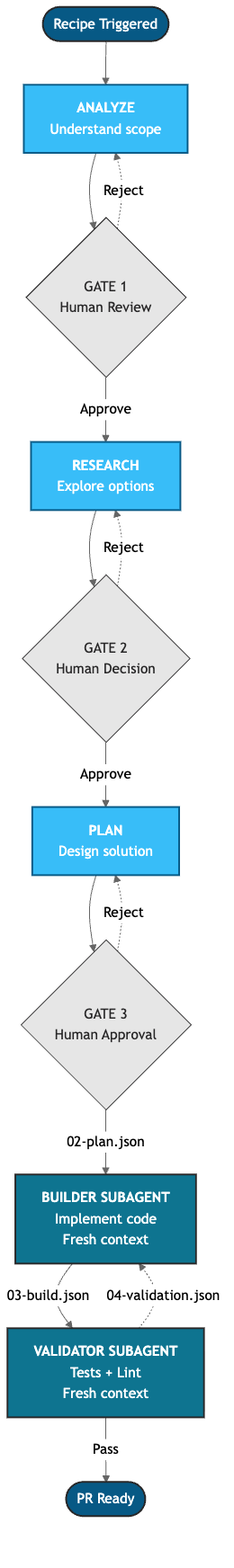
Earlier version of the Mermaid export src/assets/images/subagent-workflow.png (clouatre-labs/clouatre.ca). Its source is kept beside it as src/assets/diagrams/subagent-workflow.mmd. The source it was exported from:
```mermaid
flowchart TD
    START(["Recipe Triggered"])

    P1["<b>ANALYZE</b><br/>Understand scope"]
    G1{"GATE 1<br/>Human Review"}
    P2["<b>RESEARCH</b><br/>Explore options"]
    G2{"GATE 2<br/>Human Decision"}
    P3["<b>PLAN</b><br/>Design solution"]
    G3{"GATE 3<br/>Human Approval"}

    B1["<b>BUILDER SUBAGENT</b><br/>Implement code<br/>Fresh context"]
    V1["<b>VALIDATOR SUBAGENT</b><br/>Tests + Lint<br/>Fresh context"]

    END(["PR Ready"])

    START --> P1
    P1 --> G1
    G1 -->|Approve| P2
    G1 -.->|Reject| P1
    P2 --> G2
    G2 -->|Approve| P3
    G2 -.->|Reject| P2
    P3 --> G3
    G3 -->|02-plan.json| B1
    G3 -.->|Reject| P3
    B1 -->|03-build.json| V1
    V1 -->|Pass| END
    V1 -.->|04-validation.json| B1

    classDef primary fill:#075985,stroke:#282728,stroke-width:2px,color:#fff
    classDef accent fill:#38bdf8,stroke:#075985,stroke-width:2px,color:#fff
    classDef muted fill:#e6e6e6,stroke:#282728,stroke-width:1px,color:#282728
    classDef subagent fill:#0e7490,stroke:#282728,stroke-width:2px,color:#fff

    class START,END primary
    class P1,P2,P3 accent
    class B1,V1 subagent
    class G1,G2,G3 muted
```
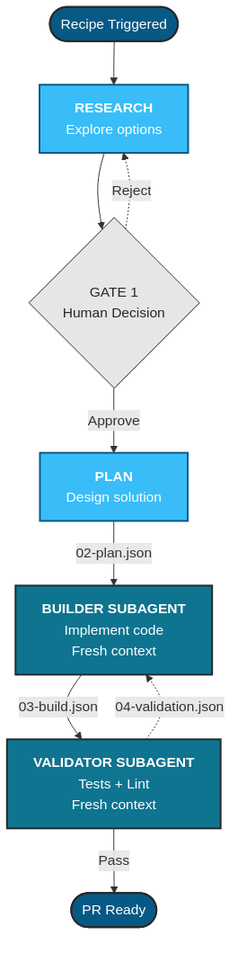
The same file after the commit.

Commit message:
docs(blog): update subagent architecture to reflect single-gate workflow

- Remove ANALYZE phase from workflow diagram
- Consolidate 3 gates to 1 mandatory gate at RESEARCH
- Add conditional gates at CHECK (FAIL/PASS WITH NOTES)
- Update handoff protocol paths to worktree-scoped locations
- Clarify diagram shows core workflow (SETUP/COMMIT omitted)
- Remove version references for evergreen content

The edit, as a diff of the source:
```diff
@@ -1,12 +1,9 @@
 flowchart TD
     START(["Recipe Triggered"])
 
-    P1["<b>ANALYZE</b><br/>Understand scope"]
-    G1{"GATE 1<br/>Human Review"}
-    P2["<b>RESEARCH</b><br/>Explore options"]
-    G2{"GATE 2<br/>Human Decision"}
-    P3["<b>PLAN</b><br/>Design solution"]
-    G3{"GATE 3<br/>Human Approval"}
+    P1["<b>RESEARCH</b><br/>Explore options"]
+    G1{"GATE 1<br/>Human Decision"}
+    P2["<b>PLAN</b><br/>Design solution"]
 
     B1["<b>BUILDER SUBAGENT</b><br/>Implement code<br/>Fresh context"]
     V1["<b>VALIDATOR SUBAGENT</b><br/>Tests + Lint<br/>Fresh context"]
@@ -17,12 +14,7 @@
     P1 --> G1
     G1 -->|Approve| P2
     G1 -.->|Reject| P1
-    P2 --> G2
-    G2 -->|Approve| P3
-    G2 -.->|Reject| P2
-    P3 --> G3
-    G3 -->|02-plan.json| B1
-    G3 -.->|Reject| P3
+    P2 -->|02-plan.json| B1
     B1 -->|03-build.json| V1
     V1 -->|Pass| END
     V1 -.->|04-validation.json| B1
@@ -33,6 +25,6 @@
     classDef subagent fill:#0e7490,stroke:#282728,stroke-width:2px,color:#fff
 
     class START,END primary
-    class P1,P2,P3 accent
+    class P1,P2 accent
     class B1,V1 subagent
-    class G1,G2,G3 muted
+    class G1 muted
```
